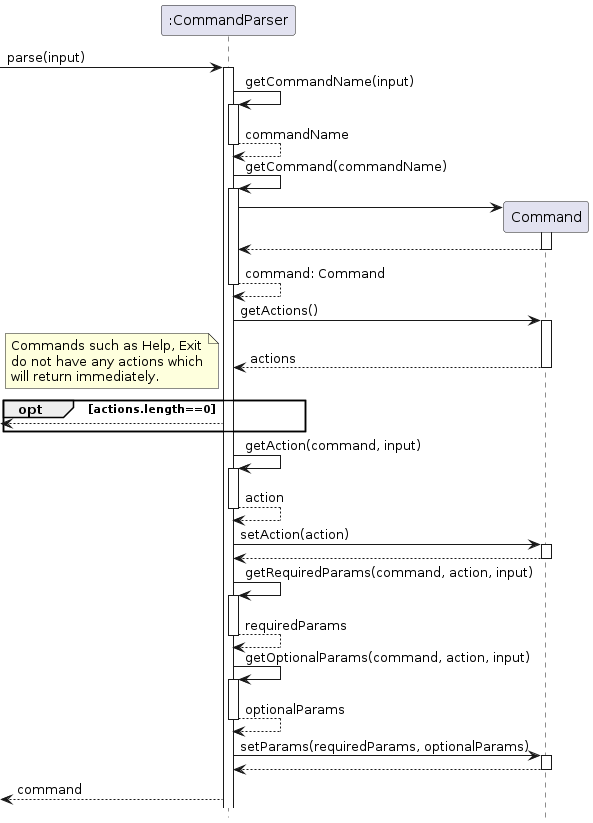
The PlantUML diagram docs/images/CommandParserSequence.png in stephenkyang/tp, before a commit.
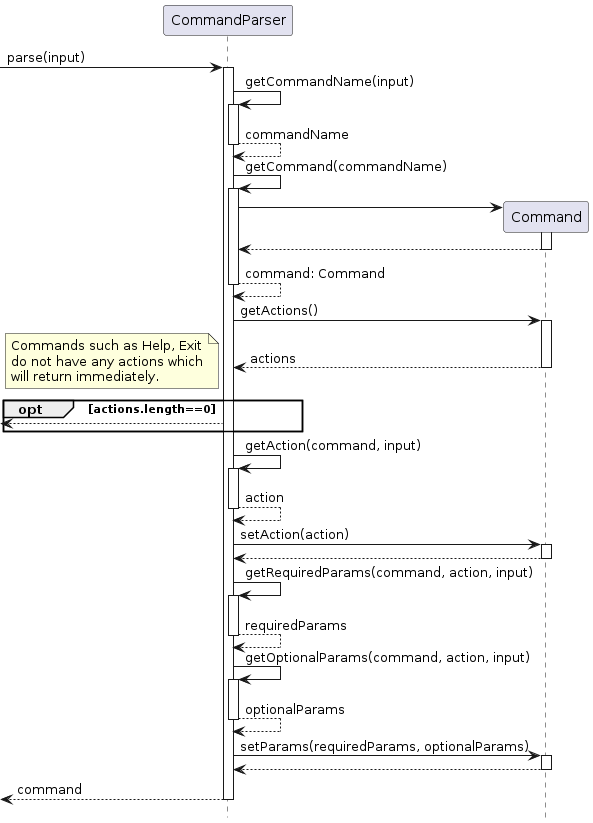
After the commit.

The edit, as a diff of the source:
```diff
@@ -1,29 +1,29 @@
 @startuml
 
-participant ":CommandParser"
+participant "CommandParser"
 participant "Command"
 
 hide footbox
 
--> ":CommandParser": parse(input)
-activate ":CommandParser"
+-> "CommandParser": parse(input)
+activate "CommandParser"
 
-":CommandParser" -> ":CommandParser": getCommandName(input)
-activate ":CommandParser"
+"CommandParser" -> "CommandParser": getCommandName(input)
+activate "CommandParser"
 return commandName
 
-":CommandParser" -> ":CommandParser": getCommand(commandName)
-activate ":CommandParser"
+"CommandParser" -> "CommandParser": getCommand(commandName)
+activate "CommandParser"
 
-":CommandParser" -> Command **
+"CommandParser" -> Command **
 activate Command
-Command --> ":CommandParser"
+Command --> "CommandParser"
 deactivate Command
 return command: Command
 
-":CommandParser" -> "Command": getActions()
+"CommandParser" -> "Command": getActions()
 activate Command
-Command --> ":CommandParser": actions
+Command --> "CommandParser": actions
 deactivate Command
 
 opt actions.length==0
@@ -32,30 +32,30 @@
     do not have any actions which
     will return immediately.
     end note
-    <-- ":CommandParser"
+    <-- "CommandParser"
 end
 
 
-":CommandParser" -> ":CommandParser": getAction(command, input)
-activate ":CommandParser"
+"CommandParser" -> "CommandParser": getAction(command, input)
+activate "CommandParser"
 return action
 
-":CommandParser" -> "Command": setAction(action)
+"CommandParser" -> "Command": setAction(action)
 activate "Command"
 return
 
-":CommandParser" -> ":CommandParser": getRequiredParams(command, action, input)
-activate ":CommandParser"
+"CommandParser" -> "CommandParser": getRequiredParams(command, action, input)
+activate "CommandParser"
 return requiredParams
 
-":CommandParser" -> ":CommandParser": getOptionalParams(command, action, input)
-activate ":CommandParser"
+"CommandParser" -> "CommandParser": getOptionalParams(command, action, input)
+activate "CommandParser"
 return optionalParams
 
-":CommandParser" -> "Command": setParams(requiredParams, optionalParams)
+"CommandParser" -> "Command": setParams(requiredParams, optionalParams)
 activate "Command"
 return
 
-<-- ":CommandParser" : command
-
+<-- "CommandParser" : command
+deactivate "CommandParser"
 @enduml
```
